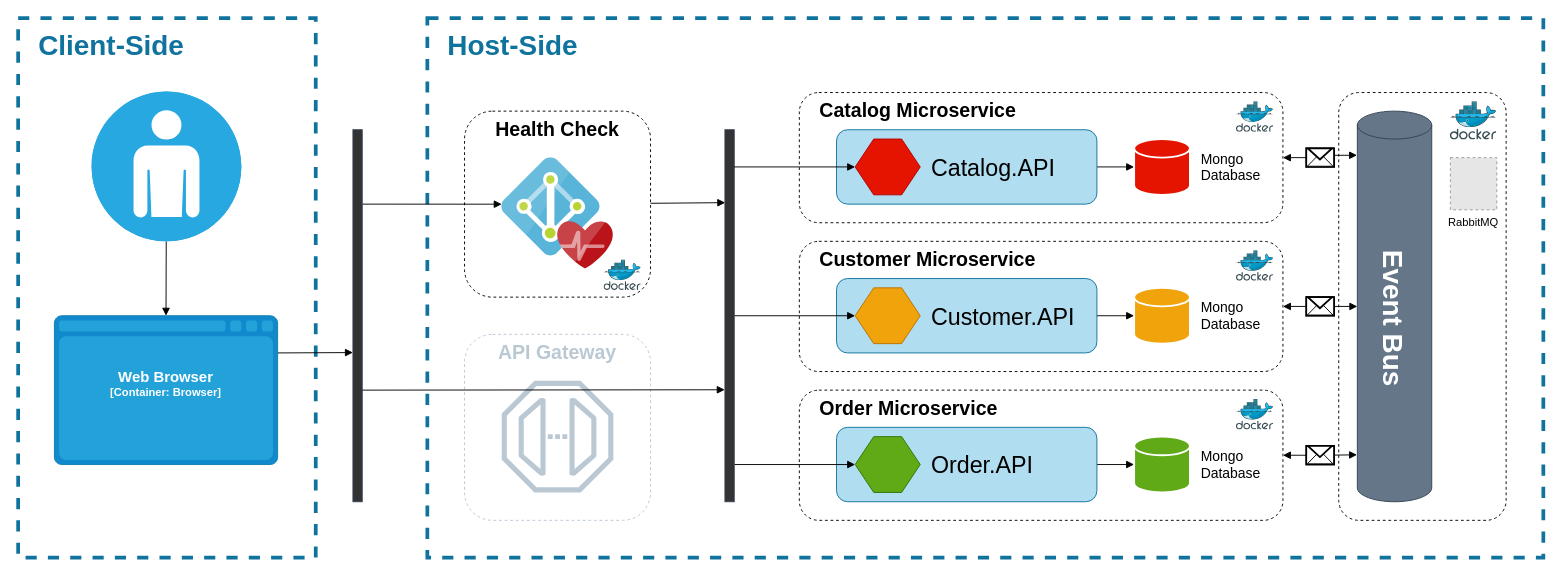
Earlier version of the draw.io diagram page "macro-architecture" (1 of 4) of docs/mspoc-diagrams.drawio (geovanegodoi/MicroServicesPOC). Source tidied: cells renumbered, new cells numbered last; positions are measured from the earlier drawing's top-left corner, leaving out a move shared by most shapes. Both pictures are drawn from the tidied source at 93%, with x=0, y=0 at pixel (18, 18). Pictures stored in the file or linked from it are replaced by grey dashed boxes.
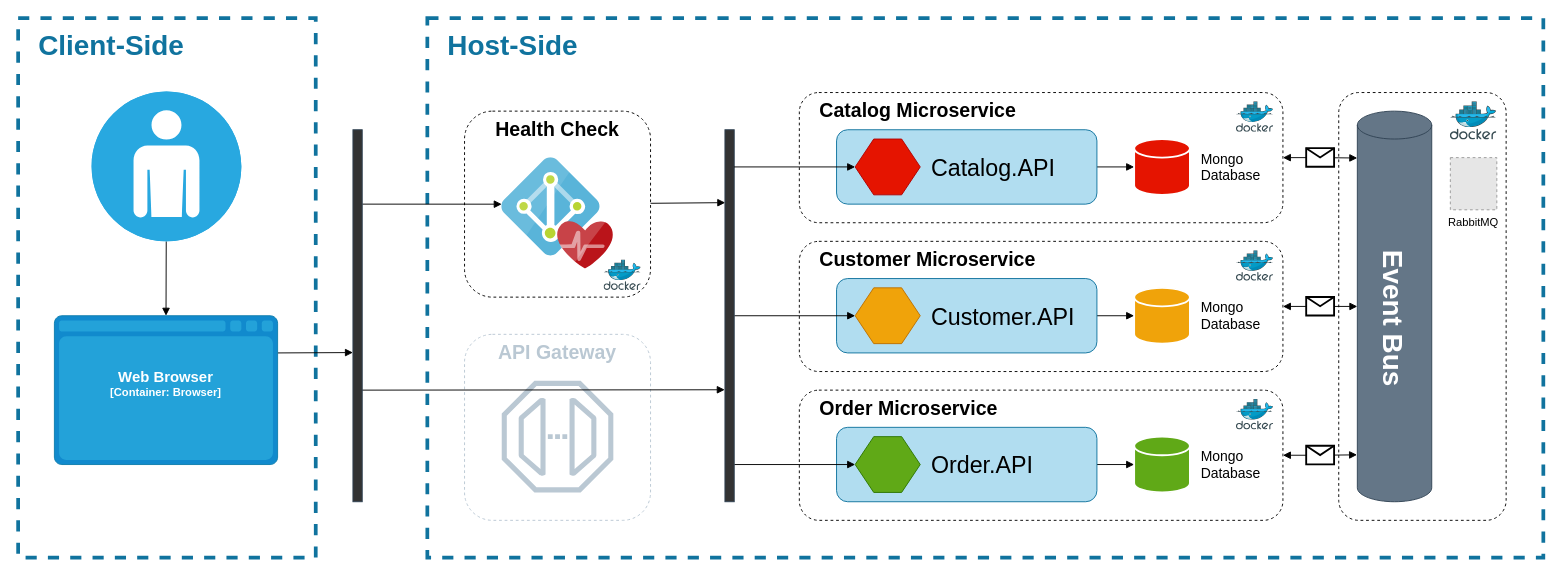
Above is the later version.

Unchanged cells that the change refers to:
```xml
<mxCell id="11" value="Catalog Microservice" style="rounded=1;whiteSpace=wrap;html=1;labelBackgroundColor=none;fontSize=21;fontStyle=1;horizontal=1;verticalAlign=top;fillColor=none;dashed=1;align=left;spacingLeft=20;" parent="1" vertex="1">
  <mxGeometry x="840" y="80" width="520" height="140" as="geometry" />
</mxCell>
<mxCell id="26" value="Event Bus" style="shape=cylinder3;whiteSpace=wrap;html=1;boundedLbl=1;backgroundOutline=1;size=15;labelBackgroundColor=none;fontSize=30;strokeColor=#314354;fillColor=#647687;fontStyle=1;horizontal=0;direction=west;flipV=0;fontColor=#ffffff;rotation=-180;" parent="1" vertex="1">
  <mxGeometry x="1440" y="100" width="80" height="420" as="geometry" />
</mxCell>
```

What changed in the source:
```diff
@@
-    <mxCell id="10" style="edgeStyle=orthogonalEdgeStyle;rounded=0;jettySize=auto;html=1;entryX=-0.004;entryY=0.113;entryDx=0;entryDy=0;entryPerimeter=0;fontSize=30;fontColor=#333333;endArrow=block;endFill=1;startArrow=block;startFill=1;" parent="1" edge="1" source="11" target="26">
+    <mxCell id="10" style="edgeStyle=orthogonalEdgeStyle;rounded=0;jettySize=auto;html=1;entryX=-0.001;entryY=0.12;entryDx=0;entryDy=0;entryPerimeter=0;fontSize=30;fontColor=#333333;endArrow=block;endFill=1;startArrow=block;startFill=1;" parent="1" edge="1" source="11" target="26">
       <mxGeometry relative="1" as="geometry" />
     </mxCell>
@@
-    <mxCell id="27" style="group;" parent="1" vertex="1">
-      <mxGeometry x="1385" y="300" width="30" height="20" as="geometry" />
-    </mxCell>
-    <mxCell id="28" style="rounded=0;whiteSpace=wrap;html=1;labelBackgroundColor=none;fontSize=30;strokeWidth=2;" parent="27" vertex="1">
-      <mxGeometry width="30" height="20" as="geometry" />
-    </mxCell>
-    <mxCell id="29" style="triangle;whiteSpace=wrap;html=1;labelBackgroundColor=none;fontSize=30;rotation=-90;strokeWidth=1;" parent="27" vertex="1">
-      <mxGeometry x="8" y="-1.5" width="14" height="27.5" as="geometry" />
-    </mxCell>
-    <mxCell id="30" style="triangle;whiteSpace=wrap;html=1;labelBackgroundColor=none;fontSize=30;rotation=-90;flipV=0;direction=west;strokeWidth=2;" parent="27" vertex="1">
-      <mxGeometry x="8.8" y="-7" width="12" height="26" as="geometry" />
-    </mxCell>
-    <mxCell id="31" style="group;" parent="1" vertex="1">
-      <mxGeometry x="1385" y="140" width="30" height="20" as="geometry" />
-    </mxCell>
-    <mxCell id="32" style="rounded=0;whiteSpace=wrap;html=1;labelBackgroundColor=none;fontSize=30;strokeWidth=2;" parent="31" vertex="1">
-      <mxGeometry width="30" height="20" as="geometry" />
-    </mxCell>
-    <mxCell id="33" style="triangle;whiteSpace=wrap;html=1;labelBackgroundColor=none;fontSize=30;rotation=-90;strokeWidth=1;" parent="31" vertex="1">
-      <mxGeometry x="8" y="-1.5" width="14" height="27.5" as="geometry" />
-    </mxCell>
-    <mxCell id="34" style="triangle;whiteSpace=wrap;html=1;labelBackgroundColor=none;fontSize=30;rotation=-90;flipV=0;direction=west;strokeWidth=2;" parent="31" vertex="1">
-      <mxGeometry x="8.8" y="-7" width="12" height="26" as="geometry" />
-    </mxCell>
-    <mxCell id="35" style="group;" parent="1" vertex="1">
-      <mxGeometry x="1385" y="460" width="30" height="20" as="geometry" />
-    </mxCell>
-    <mxCell id="36" style="rounded=0;whiteSpace=wrap;html=1;labelBackgroundColor=none;fontSize=30;strokeWidth=2;" parent="35" vertex="1">
-      <mxGeometry width="30" height="20" as="geometry" />
-    </mxCell>
-    <mxCell id="37" style="triangle;whiteSpace=wrap;html=1;labelBackgroundColor=none;fontSize=30;rotation=-90;strokeWidth=1;" parent="35" vertex="1">
-      <mxGeometry x="8" y="-1.5" width="14" height="27.5" as="geometry" />
-    </mxCell>
-    <mxCell id="38" style="triangle;whiteSpace=wrap;html=1;labelBackgroundColor=none;fontSize=30;rotation=-90;flipV=0;direction=west;strokeWidth=2;" parent="35" vertex="1">
-      <mxGeometry x="8.8" y="-7" width="12" height="26" as="geometry" />
-    </mxCell>
@@
+    <mxCell id="58" style="shape=message;html=1;whiteSpace=wrap;html=1;rounded=0;fontSize=12;strokeWidth=2;" parent="1" vertex="1">
+      <mxGeometry x="1385" y="459.8" width="30" height="20" as="geometry" />
+    </mxCell>
+    <mxCell id="59" style="shape=message;html=1;whiteSpace=wrap;html=1;rounded=0;fontSize=12;strokeWidth=2;" parent="1" vertex="1">
+      <mxGeometry x="1385" y="299.8" width="30" height="20" as="geometry" />
+    </mxCell>
+    <mxCell id="60" style="shape=message;html=1;whiteSpace=wrap;html=1;rounded=0;fontSize=12;strokeWidth=2;" parent="1" vertex="1">
+      <mxGeometry x="1385" y="139.8" width="30" height="20" as="geometry" />
+    </mxCell>
```
